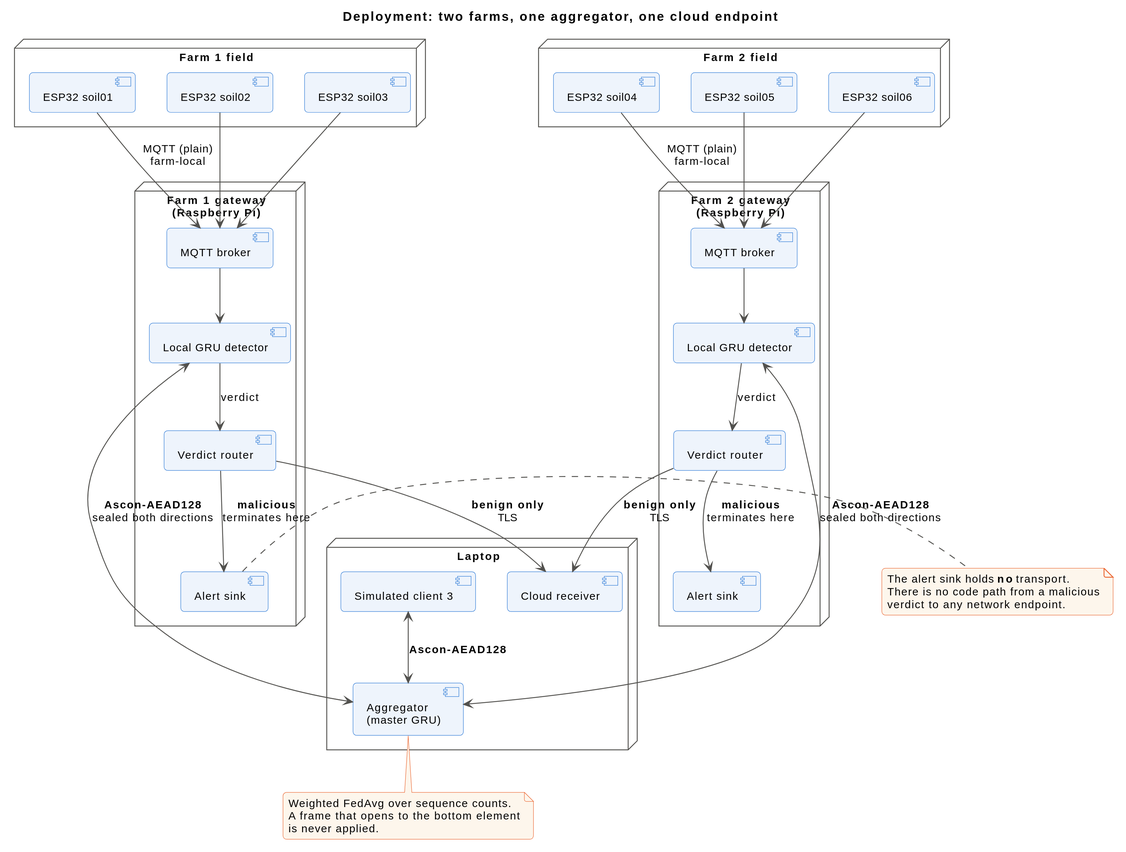
This is paper/diagrams/01_deployment.svg from AryanAgarwal1251/ascon_smart_agri, a PlantUML export, as it was before one commit.
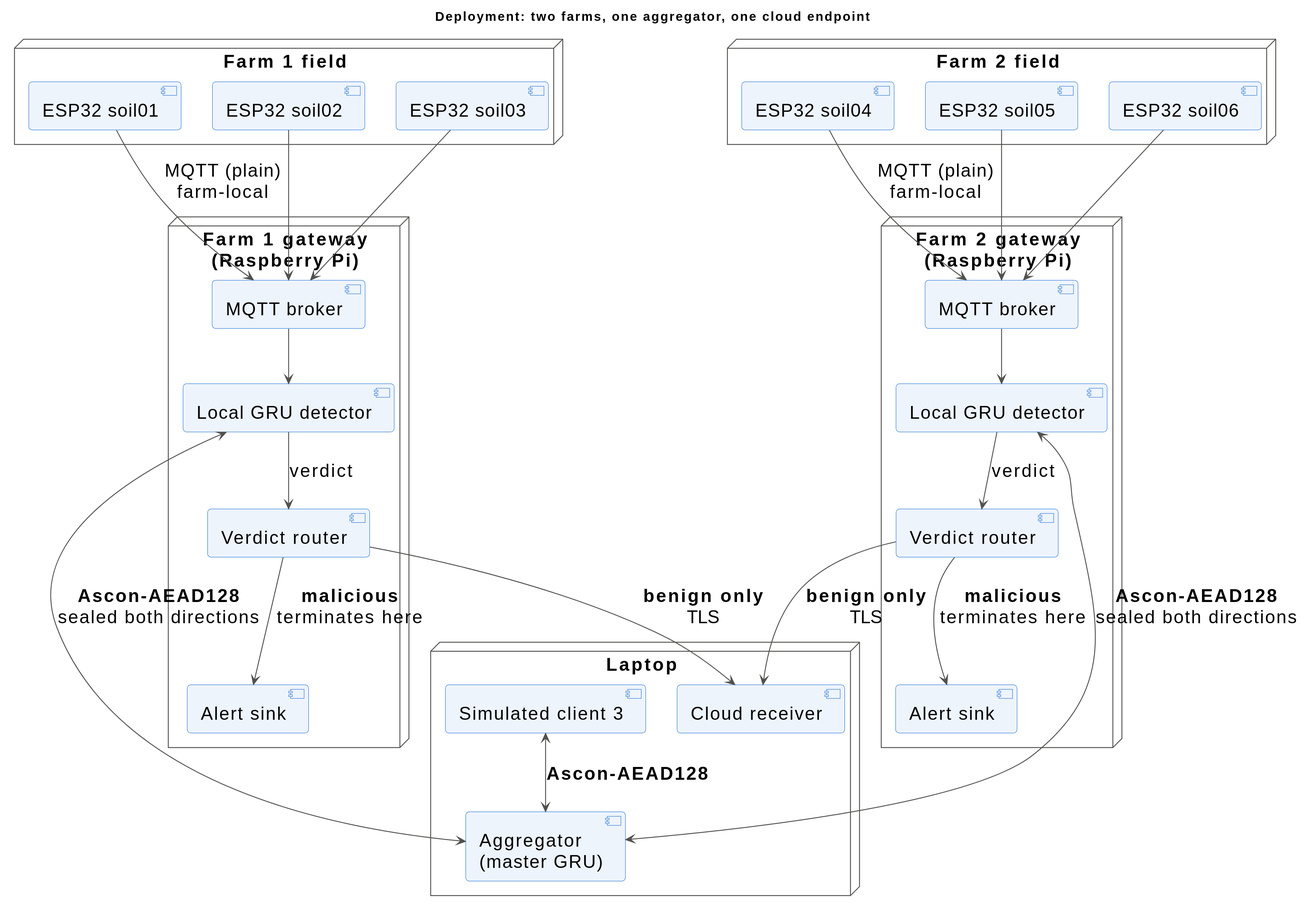
The same file after the commit.

Diff of the diagram source:
```diff
@@ -2,7 +2,7 @@
 
 scale 2
 skinparam defaultFontName Helvetica
-skinparam defaultFontSize 12
+skinparam defaultFontSize 20
 skinparam shadowing false
 skinparam roundCorner 8
 skinparam ArrowColor #52514e
@@ -77,16 +77,4 @@
 D1 <--> AGG : <b>Ascon-AEAD128</b>\nsealed both directions
 D2 <--> AGG : <b>Ascon-AEAD128</b>\nsealed both directions
 SIM <--> AGG : <b>Ascon-AEAD128</b>
-
-note right of A1
-  The alert sink holds <b>no</b> transport.
-  There is no code path from a malicious
-  verdict to any network endpoint.
-end note
-
-note bottom of AGG
-  Weighted FedAvg over sequence counts.
-  A frame that opens to the bottom element
-  is never applied.
-end note
 @enduml
```
